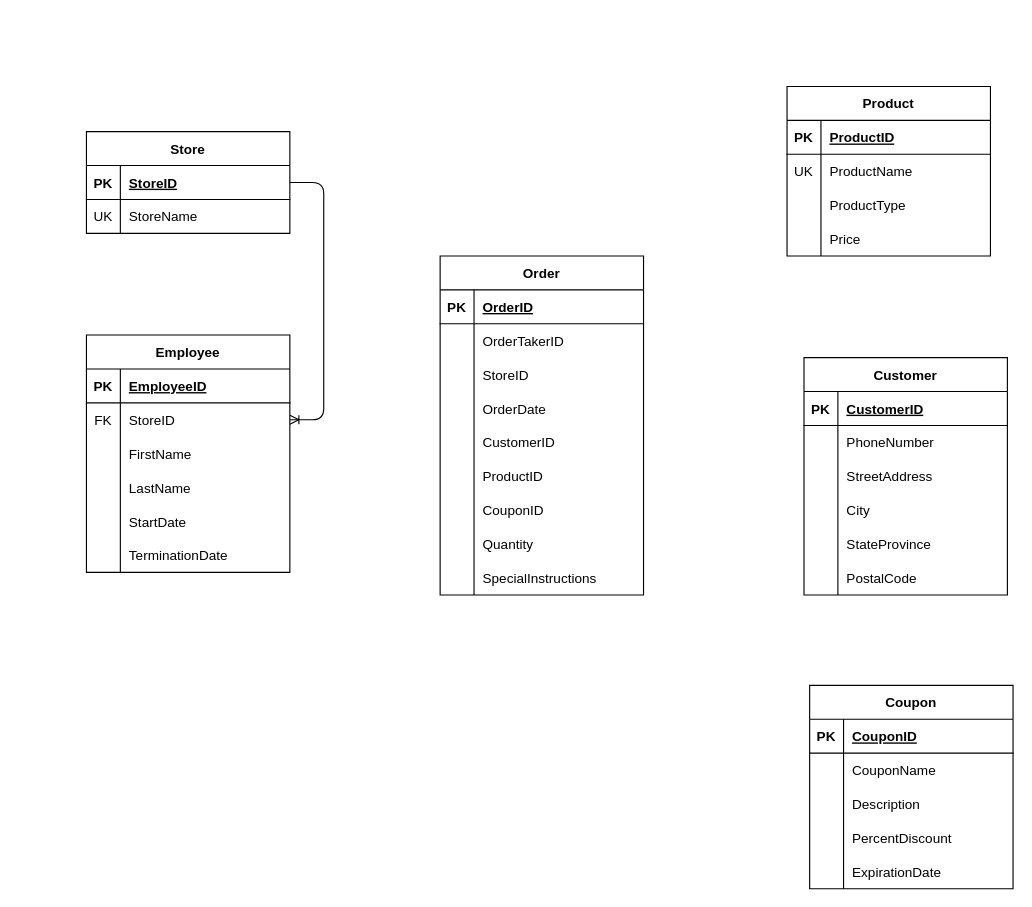
Earlier version of the draw.io diagram page "Page-2" (2 of 2) of ER Diagram.drawio (Miravicson/median). Source tidied: cells renumbered, new cells numbered last; positions are measured from the earlier drawing's top-left corner, leaving out a move shared by most shapes. Both pictures are drawn from the tidied source at 113%, with x=0, y=0 at pixel (86, 86).
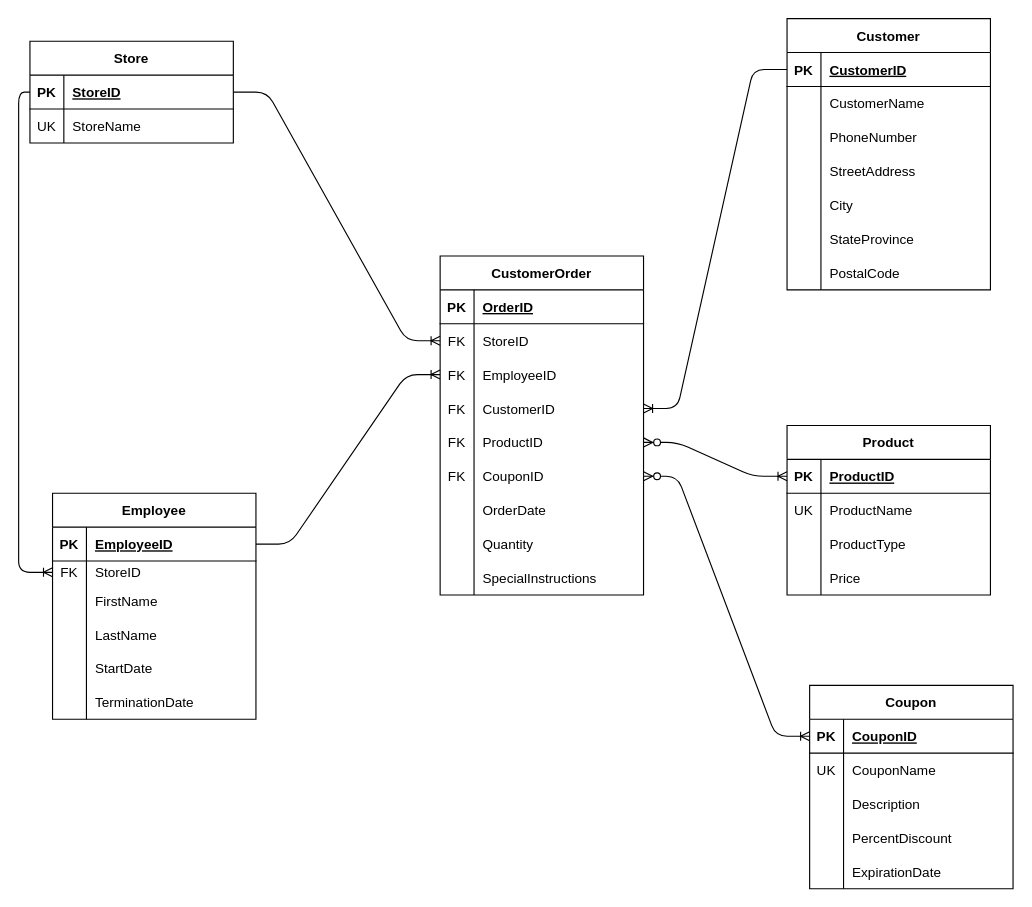
The same diagram, later.

Unchanged cells that the change refers to:
```xml
<mxCell id="3" style="shape=tableRow;horizontal=0;startSize=0;swimlaneHead=0;swimlaneBody=0;fillColor=none;points=[[0,0.5],[1,0.5]];portConstraint=eastwest;top=0;left=0;right=0;bottom=1;" parent="2" vertex="1">
  <mxGeometry y="30" width="180" height="30" as="geometry" />
</mxCell>
<mxCell id="10" style="shape=tableRow;horizontal=0;startSize=0;swimlaneHead=0;swimlaneBody=0;fillColor=none;points=[[0,0.5],[1,0.5]];portConstraint=eastwest;top=0;left=0;right=0;bottom=1;" parent="9" vertex="1">
  <mxGeometry y="30" width="180" height="30" as="geometry" />
</mxCell>
<mxCell id="58" style="shape=tableRow;horizontal=0;startSize=0;swimlaneHead=0;swimlaneBody=0;fillColor=none;points=[[0,0.5],[1,0.5]];portConstraint=eastwest;top=0;left=0;right=0;bottom=1;" parent="57" vertex="1">
  <mxGeometry y="30" width="180" height="30" as="geometry" />
</mxCell>
<mxCell id="71" style="shape=tableRow;horizontal=0;startSize=0;swimlaneHead=0;swimlaneBody=0;fillColor=none;points=[[0,0.5],[1,0.5]];portConstraint=eastwest;top=0;left=0;right=0;bottom=1;" parent="70" vertex="1">
  <mxGeometry y="30" width="180" height="30" as="geometry" />
</mxCell>
<mxCell id="90" style="shape=tableRow;horizontal=0;startSize=0;swimlaneHead=0;swimlaneBody=0;fillColor=none;points=[[0,0.5],[1,0.5]];portConstraint=eastwest;top=0;left=0;right=0;bottom=1;" parent="89" vertex="1">
  <mxGeometry y="30" width="180" height="30" as="geometry" />
</mxCell>
<mxCell id="93" style="shape=tableRow;horizontal=0;startSize=0;swimlaneHead=0;swimlaneBody=0;fillColor=none;top=0;left=0;right=0;bottom=0;" parent="89" vertex="1">
  <mxGeometry y="60" width="180" height="30" as="geometry" />
</mxCell>
```

The edit, as a diff of the source:
```diff
@@
     <mxCell id="2" value="Store" style="shape=table;startSize=30;childLayout=tableLayout;rowLines=0;fontStyle=1;align=center;" parent="1" vertex="1">
-      <mxGeometry y="40" width="180" height="90" as="geometry" />
+      <mxGeometry x="-50" y="-40" width="180" height="90" as="geometry" />
     </mxCell>
@@
     <mxCell id="9" value="Employee" style="shape=table;startSize=30;childLayout=tableLayout;rowLines=0;fontStyle=1;align=center;" parent="1" vertex="1">
-      <mxGeometry y="220" width="180" height="210" as="geometry" />
+      <mxGeometry x="-30" y="360" width="180" height="200" as="geometry" />
     </mxCell>
@@
     <mxCell id="13" style="shape=tableRow;horizontal=0;startSize=0;swimlaneHead=0;swimlaneBody=0;fillColor=none;points=[[0,0.5],[1,0.5]];portConstraint=eastwest;top=0;left=0;right=0;bottom=0;" parent="9" vertex="1">
-      <mxGeometry y="60" width="180" height="30" as="geometry" />
+      <mxGeometry y="60" width="180" height="20" as="geometry" />
     </mxCell>
     <mxCell id="14" value="FK" style="shape=partialRectangle;fillColor=none;top=0;left=0;bottom=0;right=0;overflow=hidden;" parent="13" vertex="1">
-      <mxGeometry width="30" height="30" as="geometry" />
+      <mxGeometry width="30" height="20" as="geometry" />
     </mxCell>
     <mxCell id="15" value="StoreID" style="shape=partialRectangle;fillColor=none;top=0;left=0;bottom=0;right=0;align=left;spacingLeft=6;overflow=hidden;" parent="13" vertex="1">
-      <mxGeometry x="30" width="150" height="30" as="geometry" />
+      <mxGeometry x="30" width="150" height="20" as="geometry" />
     </mxCell>
     <mxCell id="16" style="shape=tableRow;horizontal=0;startSize=0;swimlaneHead=0;swimlaneBody=0;fillColor=none;top=0;left=0;right=0;bottom=0;" parent="9" vertex="1">
-      <mxGeometry y="90" width="180" height="30" as="geometry" />
+      <mxGeometry y="80" width="180" height="30" as="geometry" />
     </mxCell>
@@
     <mxCell id="19" style="shape=tableRow;horizontal=0;startSize=0;swimlaneHead=0;swimlaneBody=0;fillColor=none;top=0;left=0;right=0;bottom=0;" parent="9" vertex="1">
-      <mxGeometry y="120" width="180" height="30" as="geometry" />
+      <mxGeometry y="110" width="180" height="30" as="geometry" />
     </mxCell>
@@
     <mxCell id="22" style="shape=tableRow;horizontal=0;startSize=0;swimlaneHead=0;swimlaneBody=0;fillColor=none;top=0;left=0;right=0;bottom=0;" parent="9" vertex="1">
-      <mxGeometry y="150" width="180" height="30" as="geometry" />
+      <mxGeometry y="140" width="180" height="30" as="geometry" />
     </mxCell>
@@
     <mxCell id="25" style="shape=tableRow;horizontal=0;startSize=0;swimlaneHead=0;swimlaneBody=0;fillColor=none;top=0;left=0;right=0;bottom=0;" parent="9" vertex="1">
-      <mxGeometry y="180" width="180" height="30" as="geometry" />
+      <mxGeometry y="170" width="180" height="30" as="geometry" />
     </mxCell>
@@
-    <mxCell id="28" style="edgeStyle=entityRelationEdgeStyle;fontSize=12;html=1;endArrow=ERoneToMany;exitX=1;exitY=0.5;exitDx=0;exitDy=0;entryX=1;entryY=0.5;entryDx=0;entryDy=0;" parent="1" edge="1" source="3" target="13">
-      <mxGeometry relative="1" as="geometry" />
-    </mxCell>
-    <mxCell id="29" value="Order" style="shape=table;startSize=30;childLayout=tableLayout;rowLines=0;fontStyle=1;align=center;" parent="1" vertex="1">
+    <mxCell id="29" value="CustomerOrder" style="shape=table;startSize=30;childLayout=tableLayout;rowLines=0;fontStyle=1;align=center;" parent="1" vertex="1">
       <mxGeometry x="313" y="150" width="180" height="300" as="geometry" />
     </mxCell>
@@
-    <mxCell id="33" style="shape=tableRow;horizontal=0;startSize=0;swimlaneHead=0;swimlaneBody=0;fillColor=none;top=0;left=0;right=0;bottom=0;" parent="29" vertex="1">
-      <mxGeometry y="60" width="180" height="30" as="geometry" />
-    </mxCell>
-    <mxCell id="34" style="shape=partialRectangle;fillColor=none;top=0;left=0;bottom=0;right=0;overflow=hidden;" parent="33" vertex="1">
-      <mxGeometry width="30" height="30" as="geometry" />
-    </mxCell>
-    <mxCell id="35" value="OrderTakerID" style="shape=partialRectangle;fillColor=none;top=0;left=0;bottom=0;right=0;align=left;spacingLeft=6;overflow=hidden;" parent="33" vertex="1">
-      <mxGeometry x="30" width="150" height="30" as="geometry" />
-    </mxCell>
     <mxCell id="36" style="shape=tableRow;horizontal=0;startSize=0;swimlaneHead=0;swimlaneBody=0;fillColor=none;points=[[0,0.5],[1,0.5]];portConstraint=eastwest;top=0;left=0;right=0;bottom=0;" parent="29" vertex="1">
-      <mxGeometry y="90" width="180" height="30" as="geometry" />
+      <mxGeometry y="60" width="180" height="30" as="geometry" />
     </mxCell>
-    <mxCell id="37" style="shape=partialRectangle;fillColor=none;top=0;left=0;bottom=0;right=0;overflow=hidden;" parent="36" vertex="1">
+    <mxCell id="37" value="FK" style="shape=partialRectangle;fillColor=none;top=0;left=0;bottom=0;right=0;overflow=hidden;" parent="36" vertex="1">
       <mxGeometry width="30" height="30" as="geometry" />
     </mxCell>
@@
-    <mxCell id="39" style="shape=tableRow;horizontal=0;startSize=0;swimlaneHead=0;swimlaneBody=0;fillColor=none;top=0;left=0;right=0;bottom=0;" parent="29" vertex="1">
-      <mxGeometry y="120" width="180" height="30" as="geometry" />
-    </mxCell>
-    <mxCell id="40" style="shape=partialRectangle;fillColor=none;top=0;left=0;bottom=0;right=0;overflow=hidden;" parent="39" vertex="1">
-      <mxGeometry width="30" height="30" as="geometry" />
-    </mxCell>
-    <mxCell id="41" value="OrderDate" style="shape=partialRectangle;fillColor=none;top=0;left=0;bottom=0;right=0;align=left;spacingLeft=6;overflow=hidden;" parent="39" vertex="1">
-      <mxGeometry x="30" width="150" height="30" as="geometry" />
-    </mxCell>
+    <mxCell id="105" style="shape=tableRow;horizontal=0;startSize=0;swimlaneHead=0;swimlaneBody=0;fillColor=none;points=[[0,0.5],[1,0.5]];portConstraint=eastwest;top=0;left=0;right=0;bottom=0;" parent="29" vertex="1">
+      <mxGeometry y="90" width="180" height="30" as="geometry" />
+    </mxCell>
+    <mxCell id="106" value="FK" style="shape=partialRectangle;fillColor=none;top=0;left=0;bottom=0;right=0;overflow=hidden;" parent="105" vertex="1">
+      <mxGeometry width="30" height="30" as="geometry" />
+    </mxCell>
+    <mxCell id="107" value="EmployeeID" style="shape=partialRectangle;fillColor=none;top=0;left=0;bottom=0;right=0;align=left;spacingLeft=6;overflow=hidden;" parent="105" vertex="1">
+      <mxGeometry x="30" width="150" height="30" as="geometry" />
+    </mxCell>
     <mxCell id="42" style="shape=tableRow;horizontal=0;startSize=0;swimlaneHead=0;swimlaneBody=0;fillColor=none;points=[[0,0.5],[1,0.5]];portConstraint=eastwest;top=0;left=0;right=0;bottom=0;" parent="29" vertex="1">
-      <mxGeometry y="150" width="180" height="30" as="geometry" />
+      <mxGeometry y="120" width="180" height="30" as="geometry" />
     </mxCell>
-    <mxCell id="43" style="shape=partialRectangle;fillColor=none;top=0;left=0;bottom=0;right=0;overflow=hidden;" parent="42" vertex="1">
+    <mxCell id="43" value="FK" style="shape=partialRectangle;fillColor=none;top=0;left=0;bottom=0;right=0;overflow=hidden;" parent="42" vertex="1">
       <mxGeometry width="30" height="30" as="geometry" />
     </mxCell>
@@
     <mxCell id="45" style="shape=tableRow;horizontal=0;startSize=0;swimlaneHead=0;swimlaneBody=0;fillColor=none;points=[[0,0.5],[1,0.5]];portConstraint=eastwest;top=0;left=0;right=0;bottom=0;" parent="29" vertex="1">
-      <mxGeometry y="180" width="180" height="30" as="geometry" />
+      <mxGeometry y="150" width="180" height="30" as="geometry" />
     </mxCell>
-    <mxCell id="46" style="shape=partialRectangle;fillColor=none;top=0;left=0;bottom=0;right=0;overflow=hidden;" parent="45" vertex="1">
+    <mxCell id="46" value="FK" style="shape=partialRectangle;fillColor=none;top=0;left=0;bottom=0;right=0;overflow=hidden;" parent="45" vertex="1">
       <mxGeometry width="30" height="30" as="geometry" />
     </mxCell>
@@
     <mxCell id="48" style="shape=tableRow;horizontal=0;startSize=0;swimlaneHead=0;swimlaneBody=0;fillColor=none;points=[[0,0.5],[1,0.5]];portConstraint=eastwest;top=0;left=0;right=0;bottom=0;" parent="29" vertex="1">
-      <mxGeometry y="210" width="180" height="30" as="geometry" />
+      <mxGeometry y="180" width="180" height="30" as="geometry" />
     </mxCell>
-    <mxCell id="49" style="shape=partialRectangle;fillColor=none;top=0;left=0;bottom=0;right=0;overflow=hidden;" parent="48" vertex="1">
+    <mxCell id="49" value="FK" style="shape=partialRectangle;fillColor=none;top=0;left=0;bottom=0;right=0;overflow=hidden;" parent="48" vertex="1">
       <mxGeometry width="30" height="30" as="geometry" />
     </mxCell>
@@
+    <mxCell id="39" style="shape=tableRow;horizontal=0;startSize=0;swimlaneHead=0;swimlaneBody=0;fillColor=none;top=0;left=0;right=0;bottom=0;" parent="29" vertex="1">
+      <mxGeometry y="210" width="180" height="30" as="geometry" />
+    </mxCell>
+    <mxCell id="40" style="shape=partialRectangle;fillColor=none;top=0;left=0;bottom=0;right=0;overflow=hidden;" parent="39" vertex="1">
+      <mxGeometry width="30" height="30" as="geometry" />
+    </mxCell>
+    <mxCell id="41" value="OrderDate" style="shape=partialRectangle;fillColor=none;top=0;left=0;bottom=0;right=0;align=left;spacingLeft=6;overflow=hidden;" parent="39" vertex="1">
+      <mxGeometry x="30" width="150" height="30" as="geometry" />
+    </mxCell>
@@
     <mxCell id="57" value="Product" style="shape=table;startSize=30;childLayout=tableLayout;rowLines=0;fontStyle=1;align=center;" parent="1" vertex="1">
-      <mxGeometry x="620" width="180" height="150" as="geometry" />
+      <mxGeometry x="620" y="300" width="180" height="150" as="geometry" />
     </mxCell>
@@
     <mxCell id="70" value="Customer" style="shape=table;startSize=30;childLayout=tableLayout;rowLines=0;fontStyle=1;align=center;" parent="1" vertex="1">
-      <mxGeometry x="635" y="240" width="180" height="210" as="geometry" />
+      <mxGeometry x="620" y="-60" width="180" height="240" as="geometry" />
     </mxCell>
@@
+    <mxCell id="33" style="shape=tableRow;horizontal=0;startSize=0;swimlaneHead=0;swimlaneBody=0;fillColor=none;top=0;left=0;right=0;bottom=0;" parent="70" vertex="1">
+      <mxGeometry y="60" width="180" height="30" as="geometry" />
+    </mxCell>
+    <mxCell id="34" style="shape=partialRectangle;fillColor=none;top=0;left=0;bottom=0;right=0;overflow=hidden;" parent="33" vertex="1">
+      <mxGeometry width="30" height="30" as="geometry" />
+    </mxCell>
+    <mxCell id="108" value="CustomerName" style="shape=partialRectangle;fillColor=none;top=0;left=0;bottom=0;right=0;align=left;spacingLeft=6;overflow=hidden;" parent="33" vertex="1">
+      <mxGeometry x="30" width="150" height="30" as="geometry" />
+    </mxCell>
     <mxCell id="74" style="shape=tableRow;horizontal=0;startSize=0;swimlaneHead=0;swimlaneBody=0;fillColor=none;top=0;left=0;right=0;bottom=0;" parent="70" vertex="1">
-      <mxGeometry y="60" width="180" height="30" as="geometry" />
+      <mxGeometry y="90" width="180" height="30" as="geometry" />
     </mxCell>
@@
     <mxCell id="77" style="shape=tableRow;horizontal=0;startSize=0;swimlaneHead=0;swimlaneBody=0;fillColor=none;top=0;left=0;right=0;bottom=0;" parent="70" vertex="1">
-      <mxGeometry y="90" width="180" height="30" as="geometry" />
+      <mxGeometry y="120" width="180" height="30" as="geometry" />
     </mxCell>
@@
     <mxCell id="80" style="shape=tableRow;horizontal=0;startSize=0;swimlaneHead=0;swimlaneBody=0;fillColor=none;top=0;left=0;right=0;bottom=0;" parent="70" vertex="1">
-      <mxGeometry y="120" width="180" height="30" as="geometry" />
+      <mxGeometry y="150" width="180" height="30" as="geometry" />
     </mxCell>
@@
     <mxCell id="83" style="shape=tableRow;horizontal=0;startSize=0;swimlaneHead=0;swimlaneBody=0;fillColor=none;top=0;left=0;right=0;bottom=0;" parent="70" vertex="1">
-      <mxGeometry y="150" width="180" height="30" as="geometry" />
+      <mxGeometry y="180" width="180" height="30" as="geometry" />
     </mxCell>
@@
     <mxCell id="86" style="shape=tableRow;horizontal=0;startSize=0;swimlaneHead=0;swimlaneBody=0;fillColor=none;top=0;left=0;right=0;bottom=0;" parent="70" vertex="1">
-      <mxGeometry y="180" width="180" height="30" as="geometry" />
+      <mxGeometry y="210" width="180" height="30" as="geometry" />
     </mxCell>
@@
-    <mxCell id="94" style="shape=partialRectangle;fillColor=none;top=0;left=0;bottom=0;right=0;overflow=hidden;" parent="93" vertex="1">
+    <mxCell id="94" value="UK" style="shape=partialRectangle;fillColor=none;top=0;left=0;bottom=0;right=0;overflow=hidden;" parent="93" vertex="1">
       <mxGeometry width="30" height="30" as="geometry" />
     </mxCell>
@@
+    <mxCell id="109" style="edgeStyle=entityRelationEdgeStyle;fontSize=12;html=1;endArrow=ERoneToMany;exitX=0;exitY=0.5;exitDx=0;exitDy=0;entryX=1;entryY=0.5;entryDx=0;entryDy=0;" parent="1" edge="1" source="71" target="42">
+      <mxGeometry relative="1" as="geometry" />
+    </mxCell>
+    <mxCell id="110" style="edgeStyle=entityRelationEdgeStyle;fontSize=12;html=1;endArrow=ERoneToMany;startArrow=ERzeroToMany;entryX=0;entryY=0.5;entryDx=0;entryDy=0;exitX=1;exitY=0.5;exitDx=0;exitDy=0;" parent="1" edge="1" source="45" target="58">
+      <mxGeometry relative="1" as="geometry" />
+    </mxCell>
+    <mxCell id="111" style="edgeStyle=entityRelationEdgeStyle;fontSize=12;html=1;endArrow=ERoneToMany;startArrow=ERzeroToMany;exitX=1;exitY=0.5;exitDx=0;exitDy=0;entryX=0;entryY=0.5;entryDx=0;entryDy=0;" parent="1" edge="1" source="48" target="90">
+      <mxGeometry relative="1" as="geometry" />
+    </mxCell>
+    <mxCell id="112" style="edgeStyle=entityRelationEdgeStyle;fontSize=12;html=1;endArrow=ERoneToMany;exitX=1;exitY=0.5;exitDx=0;exitDy=0;entryX=0;entryY=0.5;entryDx=0;entryDy=0;" parent="1" edge="1" source="3" target="36">
+      <mxGeometry relative="1" as="geometry" />
+    </mxCell>
+    <mxCell id="113" style="edgeStyle=entityRelationEdgeStyle;fontSize=12;html=1;endArrow=ERoneToMany;exitX=1;exitY=0.5;exitDx=0;exitDy=0;entryX=0;entryY=0.5;entryDx=0;entryDy=0;" parent="1" edge="1" source="10" target="105">
+      <mxGeometry relative="1" as="geometry" />
+    </mxCell>
+    <mxCell id="28" style="fontSize=12;html=1;endArrow=ERoneToMany;entryX=0;entryY=0.5;entryDx=0;entryDy=0;exitX=0;exitY=0.5;exitDx=0;exitDy=0;edgeStyle=orthogonalEdgeStyle;" parent="1" edge="1" source="3" target="13">
+      <mxGeometry relative="1" as="geometry" />
+    </mxCell>
```
